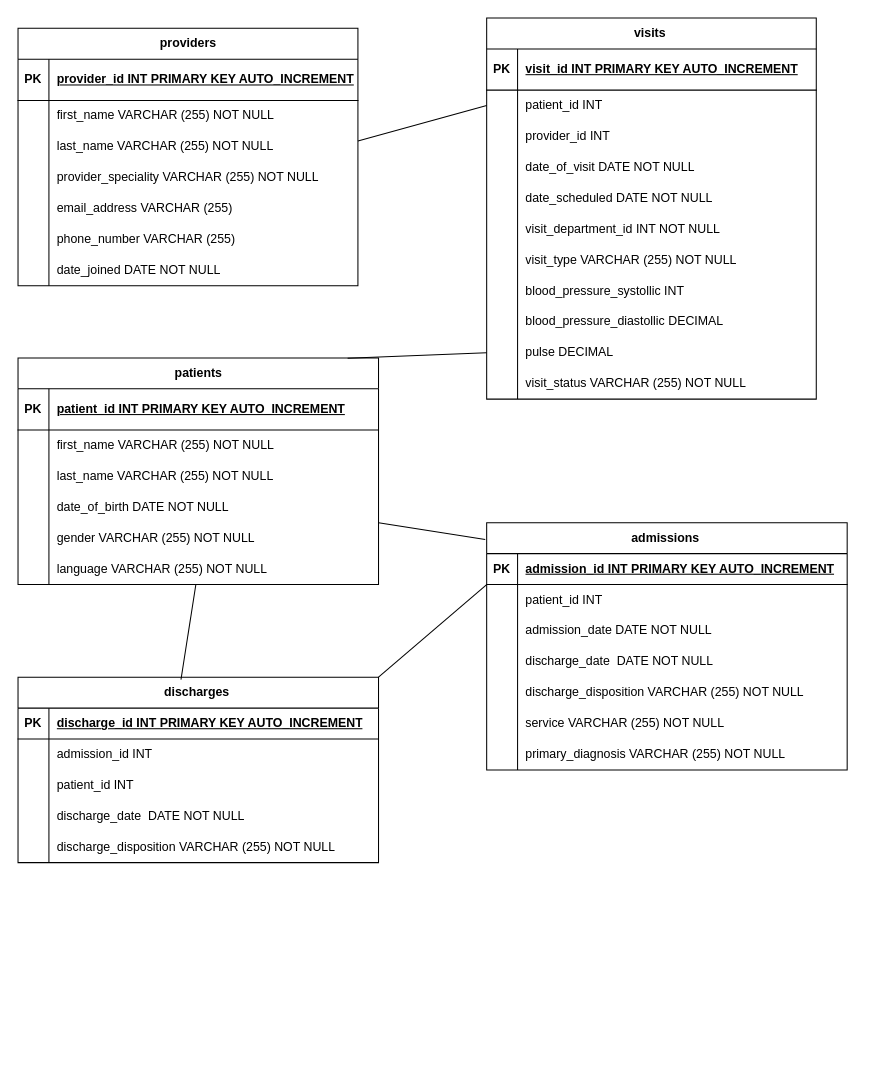
Earlier version of the draw.io diagram Untitled Diagram.drawio (Kasmelopel91/cv). Source tidied: cells renumbered, new cells numbered last; positions are measured from the earlier drawing's top-left corner, leaving out a move shared by most shapes. Both pictures are drawn from the tidied source at 103%, with x=0, y=0 at pixel (18, 18).
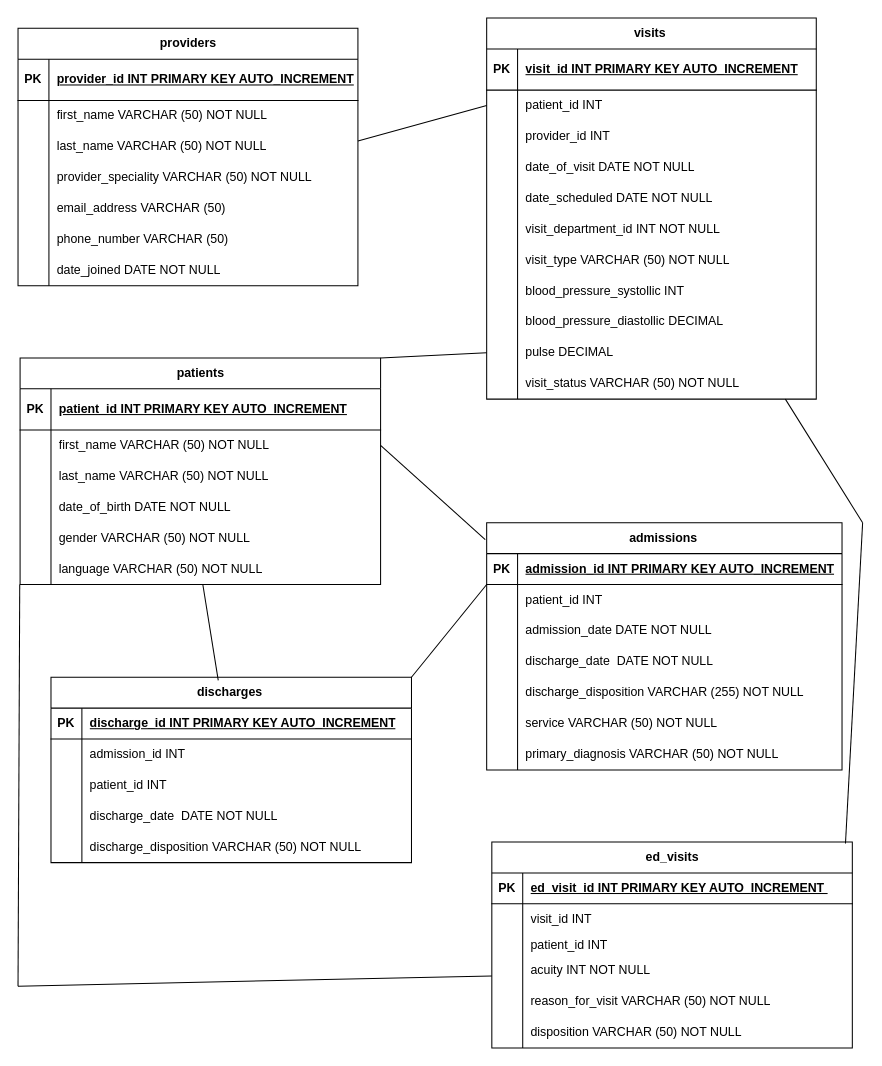
Above is the later version.

Unchanged cells that the change refers to:
```xml
<mxCell id="6" style="shape=tableRow;horizontal=0;startSize=0;swimlaneHead=0;swimlaneBody=0;fillColor=none;points=[[0,0.5],[1,0.5]];portConstraint=eastwest;top=0;left=0;right=0;bottom=0;" parent="2" vertex="1">
  <mxGeometry y="70" width="350" height="30" as="geometry" />
</mxCell>
<mxCell id="9" style="shape=tableRow;horizontal=0;startSize=0;swimlaneHead=0;swimlaneBody=0;fillColor=none;top=0;left=0;right=0;bottom=0;" parent="2" vertex="1">
  <mxGeometry y="100" width="350" height="30" as="geometry" />
</mxCell>
<mxCell id="15" style="shape=tableRow;horizontal=0;startSize=0;swimlaneHead=0;swimlaneBody=0;fillColor=none;top=0;left=0;right=0;bottom=0;" parent="2" vertex="1">
  <mxGeometry y="160" width="350" height="30" as="geometry" />
</mxCell>
<mxCell id="18" style="shape=tableRow;horizontal=0;startSize=0;swimlaneHead=0;swimlaneBody=0;fillColor=none;points=[[0,0.5],[1,0.5]];portConstraint=eastwest;top=0;left=0;right=0;bottom=0;" parent="2" vertex="1">
  <mxGeometry y="190" width="350" height="30" as="geometry" />
</mxCell>
<mxCell id="25" style="shape=tableRow;horizontal=0;startSize=0;swimlaneHead=0;swimlaneBody=0;fillColor=none;top=0;left=0;right=0;bottom=0;" parent="21" vertex="1">
  <mxGeometry y="70" width="330" height="30" as="geometry" />
</mxCell>
<mxCell id="28" style="shape=tableRow;horizontal=0;startSize=0;swimlaneHead=0;swimlaneBody=0;fillColor=none;top=0;left=0;right=0;bottom=0;" parent="21" vertex="1">
  <mxGeometry y="100" width="330" height="30" as="geometry" />
</mxCell>
<mxCell id="31" style="shape=tableRow;horizontal=0;startSize=0;swimlaneHead=0;swimlaneBody=0;fillColor=none;top=0;left=0;right=0;bottom=0;" parent="21" vertex="1">
  <mxGeometry y="130" width="330" height="30" as="geometry" />
</mxCell>
<mxCell id="34" style="shape=tableRow;horizontal=0;startSize=0;swimlaneHead=0;swimlaneBody=0;fillColor=none;top=0;left=0;right=0;bottom=0;" parent="21" vertex="1">
  <mxGeometry y="160" width="330" height="30" as="geometry" />
</mxCell>
<mxCell id="37" style="shape=tableRow;horizontal=0;startSize=0;swimlaneHead=0;swimlaneBody=0;fillColor=none;top=0;left=0;right=0;bottom=0;" parent="21" vertex="1">
  <mxGeometry y="190" width="330" height="30" as="geometry" />
</mxCell>
<mxCell id="62" style="shape=tableRow;horizontal=0;startSize=0;swimlaneHead=0;swimlaneBody=0;fillColor=none;top=0;left=0;right=0;bottom=0;" parent="43" vertex="1">
  <mxGeometry y="220" width="320" height="30" as="geometry" />
</mxCell>
<mxCell id="71" style="shape=tableRow;horizontal=0;startSize=0;swimlaneHead=0;swimlaneBody=0;fillColor=none;points=[[0,0.5],[1,0.5]];portConstraint=eastwest;top=0;left=0;right=0;bottom=0;" parent="43" vertex="1">
  <mxGeometry y="310" width="320" height="30" as="geometry" />
</mxCell>
<mxCell id="74" style="shape=tableRow;horizontal=0;startSize=0;swimlaneHead=0;swimlaneBody=0;fillColor=none;top=0;left=0;right=0;bottom=0;" parent="43" vertex="1">
  <mxGeometry y="340" width="320" height="30" as="geometry" />
</mxCell>
<mxCell id="112" style="shape=tableRow;horizontal=0;startSize=0;swimlaneHead=0;swimlaneBody=0;fillColor=none;top=0;left=0;right=0;bottom=0;" parent="99" vertex="1">
  <mxGeometry y="150" width="350" height="30" as="geometry" />
</mxCell>
```

What changed in the source:
```diff
@@
     <mxCell id="2" value="patients" style="shape=table;startSize=30;childLayout=tableLayout;rowLines=0;fontStyle=1;align=center;html=1;" parent="1" vertex="1">
-      <mxGeometry y="330" width="350" height="220" as="geometry" />
+      <mxGeometry x="2" y="330" width="350" height="220" as="geometry" />
     </mxCell>
@@
-    <mxCell id="8" value="first_name VARCHAR (255) NOT NULL" style="shape=partialRectangle;fillColor=none;top=0;left=0;bottom=0;right=0;align=left;spacingLeft=6;overflow=hidden;whiteSpace=wrap;html=1;" parent="6" vertex="1">
+    <mxCell id="8" value="first_name VARCHAR (50) NOT NULL" style="shape=partialRectangle;fillColor=none;top=0;left=0;bottom=0;right=0;align=left;spacingLeft=6;overflow=hidden;whiteSpace=wrap;html=1;" parent="6" vertex="1">
       <mxGeometry x="30" width="320" height="30" as="geometry" />
     </mxCell>
@@
-    <mxCell id="11" value="last_name VARCHAR (255) NOT NULL" style="shape=partialRectangle;fillColor=none;top=0;left=0;bottom=0;right=0;align=left;spacingLeft=6;overflow=hidden;whiteSpace=wrap;html=1;" parent="9" vertex="1">
+    <mxCell id="11" value="last_name VARCHAR (50) NOT NULL" style="shape=partialRectangle;fillColor=none;top=0;left=0;bottom=0;right=0;align=left;spacingLeft=6;overflow=hidden;whiteSpace=wrap;html=1;" parent="9" vertex="1">
       <mxGeometry x="30" width="320" height="30" as="geometry" />
     </mxCell>
@@
-    <mxCell id="17" value="gender VARCHAR (255) NOT NULL" style="shape=partialRectangle;fillColor=none;top=0;left=0;bottom=0;right=0;align=left;spacingLeft=6;overflow=hidden;whiteSpace=wrap;html=1;" parent="15" vertex="1">
+    <mxCell id="17" value="gender VARCHAR (50) NOT NULL" style="shape=partialRectangle;fillColor=none;top=0;left=0;bottom=0;right=0;align=left;spacingLeft=6;overflow=hidden;whiteSpace=wrap;html=1;" parent="15" vertex="1">
       <mxGeometry x="30" width="320" height="30" as="geometry" />
     </mxCell>
@@
-    <mxCell id="20" value="language VARCHAR (255) NOT NULL" style="shape=partialRectangle;fillColor=none;top=0;left=0;bottom=0;right=0;align=left;spacingLeft=6;overflow=hidden;whiteSpace=wrap;html=1;" parent="18" vertex="1">
+    <mxCell id="20" value="language VARCHAR (50) NOT NULL" style="shape=partialRectangle;fillColor=none;top=0;left=0;bottom=0;right=0;align=left;spacingLeft=6;overflow=hidden;whiteSpace=wrap;html=1;" parent="18" vertex="1">
       <mxGeometry x="30" width="320" height="30" as="geometry" />
     </mxCell>
@@
-    <mxCell id="27" value="first_name VARCHAR (255) NOT NULL" style="shape=partialRectangle;fillColor=none;top=0;left=0;bottom=0;right=0;align=left;spacingLeft=6;overflow=hidden;whiteSpace=wrap;html=1;" parent="25" vertex="1">
+    <mxCell id="27" value="first_name VARCHAR (50) NOT NULL" style="shape=partialRectangle;fillColor=none;top=0;left=0;bottom=0;right=0;align=left;spacingLeft=6;overflow=hidden;whiteSpace=wrap;html=1;" parent="25" vertex="1">
       <mxGeometry x="30" width="300" height="30" as="geometry" />
     </mxCell>
@@
-    <mxCell id="30" value="last_name VARCHAR (255) NOT NULL" style="shape=partialRectangle;fillColor=none;top=0;left=0;bottom=0;right=0;align=left;spacingLeft=6;overflow=hidden;whiteSpace=wrap;html=1;" parent="28" vertex="1">
+    <mxCell id="30" value="last_name VARCHAR (50) NOT NULL" style="shape=partialRectangle;fillColor=none;top=0;left=0;bottom=0;right=0;align=left;spacingLeft=6;overflow=hidden;whiteSpace=wrap;html=1;" parent="28" vertex="1">
       <mxGeometry x="30" width="300" height="30" as="geometry" />
     </mxCell>
@@
-    <mxCell id="33" value="provider_speciality VARCHAR (255) NOT NULL" style="shape=partialRectangle;fillColor=none;top=0;left=0;bottom=0;right=0;align=left;spacingLeft=6;overflow=hidden;whiteSpace=wrap;html=1;" parent="31" vertex="1">
+    <mxCell id="33" value="provider_speciality VARCHAR (50) NOT NULL" style="shape=partialRectangle;fillColor=none;top=0;left=0;bottom=0;right=0;align=left;spacingLeft=6;overflow=hidden;whiteSpace=wrap;html=1;" parent="31" vertex="1">
       <mxGeometry x="30" width="300" height="30" as="geometry" />
     </mxCell>
@@
-    <mxCell id="36" value="email_address VARCHAR (255)" style="shape=partialRectangle;fillColor=none;top=0;left=0;bottom=0;right=0;align=left;spacingLeft=6;overflow=hidden;whiteSpace=wrap;html=1;" parent="34" vertex="1">
+    <mxCell id="36" value="email_address VARCHAR (50)" style="shape=partialRectangle;fillColor=none;top=0;left=0;bottom=0;right=0;align=left;spacingLeft=6;overflow=hidden;whiteSpace=wrap;html=1;" parent="34" vertex="1">
       <mxGeometry x="30" width="300" height="30" as="geometry" />
     </mxCell>
@@
-    <mxCell id="39" value="phone_number VARCHAR (255)&amp;nbsp;" style="shape=partialRectangle;fillColor=none;top=0;left=0;bottom=0;right=0;align=left;spacingLeft=6;overflow=hidden;whiteSpace=wrap;html=1;" parent="37" vertex="1">
+    <mxCell id="39" value="phone_number VARCHAR (50)&amp;nbsp;" style="shape=partialRectangle;fillColor=none;top=0;left=0;bottom=0;right=0;align=left;spacingLeft=6;overflow=hidden;whiteSpace=wrap;html=1;" parent="37" vertex="1">
       <mxGeometry x="30" width="300" height="30" as="geometry" />
     </mxCell>
@@
-    <mxCell id="64" value="visit_type VARCHAR (255) NOT NULL" style="shape=partialRectangle;fillColor=none;top=0;left=0;bottom=0;right=0;align=left;spacingLeft=6;overflow=hidden;whiteSpace=wrap;html=1;" parent="62" vertex="1">
+    <mxCell id="64" value="visit_type VARCHAR (50) NOT NULL" style="shape=partialRectangle;fillColor=none;top=0;left=0;bottom=0;right=0;align=left;spacingLeft=6;overflow=hidden;whiteSpace=wrap;html=1;" parent="62" vertex="1">
       <mxGeometry x="30" width="290" height="30" as="geometry" />
     </mxCell>
@@
-    <mxCell id="76" value="visit_status VARCHAR (255) NOT NULL" style="shape=partialRectangle;fillColor=none;top=0;left=0;bottom=0;right=0;align=left;spacingLeft=6;overflow=hidden;whiteSpace=wrap;html=1;" parent="74" vertex="1">
+    <mxCell id="76" value="visit_status VARCHAR (50) NOT NULL" style="shape=partialRectangle;fillColor=none;top=0;left=0;bottom=0;right=0;align=left;spacingLeft=6;overflow=hidden;whiteSpace=wrap;html=1;" parent="74" vertex="1">
       <mxGeometry x="30" width="290" height="30" as="geometry" />
     </mxCell>
     <mxCell id="77" value="admissions&amp;nbsp;" style="shape=table;startSize=30;childLayout=tableLayout;rowLines=0;fontStyle=1;align=center;html=1;" parent="1" vertex="1">
-      <mxGeometry x="455" y="490" width="350" height="240" as="geometry" />
+      <mxGeometry x="455" y="490" width="345" height="240" as="geometry" />
     </mxCell>
     <mxCell id="78" style="shape=tableRow;horizontal=0;startSize=0;swimlaneHead=0;swimlaneBody=0;fillColor=none;top=0;left=0;right=0;bottom=1;" parent="77" vertex="1">
-      <mxGeometry y="30" width="350" height="30" as="geometry" />
+      <mxGeometry y="30" width="345" height="30" as="geometry" />
     </mxCell>
@@
     <mxCell id="80" value="admission_id INT PRIMARY KEY AUTO_INCREMENT" style="shape=partialRectangle;fillColor=none;top=0;left=0;bottom=0;right=0;align=left;spacingLeft=6;fontStyle=5;overflow=hidden;whiteSpace=wrap;html=1;" parent="78" vertex="1">
-      <mxGeometry x="30" width="320" height="30" as="geometry" />
+      <mxGeometry x="30" width="315" height="30" as="geometry" />
     </mxCell>
     <mxCell id="81" style="shape=tableRow;horizontal=0;startSize=0;swimlaneHead=0;swimlaneBody=0;fillColor=none;top=0;left=0;right=0;bottom=0;" parent="77" vertex="1">
-      <mxGeometry y="60" width="350" height="30" as="geometry" />
+      <mxGeometry y="60" width="345" height="30" as="geometry" />
     </mxCell>
@@
     <mxCell id="83" value="patient_id INT" style="shape=partialRectangle;fillColor=none;top=0;left=0;bottom=0;right=0;align=left;spacingLeft=6;overflow=hidden;whiteSpace=wrap;html=1;" parent="81" vertex="1">
-      <mxGeometry x="30" width="320" height="30" as="geometry" />
+      <mxGeometry x="30" width="315" height="30" as="geometry" />
     </mxCell>
     <mxCell id="84" style="shape=tableRow;horizontal=0;startSize=0;swimlaneHead=0;swimlaneBody=0;fillColor=none;top=0;left=0;right=0;bottom=0;" parent="77" vertex="1">
-      <mxGeometry y="90" width="350" height="30" as="geometry" />
+      <mxGeometry y="90" width="345" height="30" as="geometry" />
     </mxCell>
@@
     <mxCell id="86" value="admission_date DATE NOT NULL&amp;nbsp;" style="shape=partialRectangle;fillColor=none;top=0;left=0;bottom=0;right=0;align=left;spacingLeft=6;overflow=hidden;whiteSpace=wrap;html=1;" parent="84" vertex="1">
-      <mxGeometry x="30" width="320" height="30" as="geometry" />
+      <mxGeometry x="30" width="315" height="30" as="geometry" />
     </mxCell>
     <mxCell id="87" style="shape=tableRow;horizontal=0;startSize=0;swimlaneHead=0;swimlaneBody=0;fillColor=none;top=0;left=0;right=0;bottom=0;" parent="77" vertex="1">
-      <mxGeometry y="120" width="350" height="30" as="geometry" />
+      <mxGeometry y="120" width="345" height="30" as="geometry" />
     </mxCell>
@@
     <mxCell id="89" value="discharge_date&amp;nbsp; DATE NOT NULL" style="shape=partialRectangle;fillColor=none;top=0;left=0;bottom=0;right=0;align=left;spacingLeft=6;overflow=hidden;whiteSpace=wrap;html=1;" parent="87" vertex="1">
-      <mxGeometry x="30" width="320" height="30" as="geometry" />
+      <mxGeometry x="30" width="315" height="30" as="geometry" />
     </mxCell>
     <mxCell id="90" style="shape=tableRow;horizontal=0;startSize=0;swimlaneHead=0;swimlaneBody=0;fillColor=none;top=0;left=0;right=0;bottom=0;" parent="77" vertex="1">
-      <mxGeometry y="150" width="350" height="30" as="geometry" />
+      <mxGeometry y="150" width="345" height="30" as="geometry" />
     </mxCell>
@@
     <mxCell id="92" value="discharge_disposition VARCHAR (255) NOT NULL" style="shape=partialRectangle;fillColor=none;top=0;left=0;bottom=0;right=0;align=left;spacingLeft=6;overflow=hidden;whiteSpace=wrap;html=1;" parent="90" vertex="1">
-      <mxGeometry x="30" width="320" height="30" as="geometry" />
+      <mxGeometry x="30" width="315" height="30" as="geometry" />
     </mxCell>
     <mxCell id="93" style="shape=tableRow;horizontal=0;startSize=0;swimlaneHead=0;swimlaneBody=0;fillColor=none;top=0;left=0;right=0;bottom=0;" parent="77" vertex="1">
-      <mxGeometry y="180" width="350" height="30" as="geometry" />
+      <mxGeometry y="180" width="345" height="30" as="geometry" />
     </mxCell>
@@
-    <mxCell id="95" value="service VARCHAR (255) NOT NULL" style="shape=partialRectangle;fillColor=none;top=0;left=0;bottom=0;right=0;align=left;spacingLeft=6;overflow=hidden;whiteSpace=wrap;html=1;" parent="93" vertex="1">
-      <mxGeometry x="30" width="320" height="30" as="geometry" />
+    <mxCell id="95" value="service VARCHAR (50) NOT NULL" style="shape=partialRectangle;fillColor=none;top=0;left=0;bottom=0;right=0;align=left;spacingLeft=6;overflow=hidden;whiteSpace=wrap;html=1;" parent="93" vertex="1">
+      <mxGeometry x="30" width="315" height="30" as="geometry" />
     </mxCell>
     <mxCell id="96" style="shape=tableRow;horizontal=0;startSize=0;swimlaneHead=0;swimlaneBody=0;fillColor=none;top=0;left=0;right=0;bottom=0;" parent="77" vertex="1">
-      <mxGeometry y="210" width="350" height="30" as="geometry" />
+      <mxGeometry y="210" width="345" height="30" as="geometry" />
     </mxCell>
@@
-    <mxCell id="98" value="primary_diagnosis VARCHAR (255) NOT NULL" style="shape=partialRectangle;fillColor=none;top=0;left=0;bottom=0;right=0;align=left;spacingLeft=6;overflow=hidden;whiteSpace=wrap;html=1;" parent="96" vertex="1">
-      <mxGeometry x="30" width="320" height="30" as="geometry" />
+    <mxCell id="98" value="primary_diagnosis VARCHAR (50) NOT NULL" style="shape=partialRectangle;fillColor=none;top=0;left=0;bottom=0;right=0;align=left;spacingLeft=6;overflow=hidden;whiteSpace=wrap;html=1;" parent="96" vertex="1">
+      <mxGeometry x="30" width="315" height="30" as="geometry" />
     </mxCell>
     <mxCell id="99" value="discharges&amp;nbsp;" style="shape=table;startSize=30;childLayout=tableLayout;rowLines=0;fontStyle=1;align=center;html=1;" parent="1" vertex="1">
-      <mxGeometry y="640" width="350" height="180" as="geometry" />
+      <mxGeometry x="32" y="640" width="350" height="180" as="geometry" />
     </mxCell>
@@
-    <mxCell id="114" value="discharge_disposition VARCHAR (255) NOT NULL" style="shape=partialRectangle;fillColor=none;top=0;left=0;bottom=0;right=0;align=left;spacingLeft=6;overflow=hidden;whiteSpace=wrap;html=1;" parent="112" vertex="1">
+    <mxCell id="114" value="discharge_disposition VARCHAR (50) NOT NULL" style="shape=partialRectangle;fillColor=none;top=0;left=0;bottom=0;right=0;align=left;spacingLeft=6;overflow=hidden;whiteSpace=wrap;html=1;" parent="112" vertex="1">
       <mxGeometry x="30" width="320" height="30" as="geometry" />
     </mxCell>
@@
-    <mxCell id="116" style="endArrow=none;html=1;rounded=0;entryX=0;entryY=0.5;entryDx=0;entryDy=0;" parent="1" edge="1" target="71">
-      <mxGeometry relative="1" as="geometry">
-        <mxPoint x="320" y="330.3" as="sourcePoint" />
-      </mxGeometry>
+    <mxCell id="116" style="endArrow=none;html=1;rounded=0;entryX=0;entryY=0.5;entryDx=0;entryDy=0;exitX=1;exitY=0;exitDx=0;exitDy=0;" parent="1" edge="1" source="2" target="71">
+      <mxGeometry relative="1" as="geometry" />
     </mxCell>
@@
-    <mxCell id="118" style="endArrow=none;html=1;rounded=0;exitX=0.452;exitY=0.013;exitDx=0;exitDy=0;exitPerimeter=0;" parent="1" edge="1" source="99" target="18">
+    <mxCell id="118" style="endArrow=none;html=1;rounded=0;exitX=0.464;exitY=0.017;exitDx=0;exitDy=0;exitPerimeter=0;" parent="1" edge="1" source="99" target="18">
       <mxGeometry relative="1" as="geometry" />
     </mxCell>
-    <mxCell id="119" style="endArrow=none;html=1;rounded=0;entryX=-0.004;entryY=0.068;entryDx=0;entryDy=0;entryPerimeter=0;" parent="1" edge="1" target="77">
-      <mxGeometry relative="1" as="geometry">
-        <mxPoint x="350" y="490" as="sourcePoint" />
-      </mxGeometry>
+    <mxCell id="119" style="endArrow=none;html=1;rounded=0;entryX=-0.004;entryY=0.068;entryDx=0;entryDy=0;entryPerimeter=0;exitX=1;exitY=0.5;exitDx=0;exitDy=0;" parent="1" edge="1" source="6" target="77">
+      <mxGeometry relative="1" as="geometry" />
     </mxCell>
+    <mxCell id="120" value="ed_visits" style="shape=table;startSize=30;childLayout=tableLayout;rowLines=0;fontStyle=1;align=center;html=1;" parent="1" vertex="1">
+      <mxGeometry x="460" y="800" width="350" height="200" as="geometry" />
+    </mxCell>
+    <mxCell id="121" style="shape=tableRow;horizontal=0;startSize=0;swimlaneHead=0;swimlaneBody=0;fillColor=none;top=0;left=0;right=0;bottom=1;" parent="120" vertex="1">
+      <mxGeometry y="30" width="350" height="30" as="geometry" />
+    </mxCell>
+    <mxCell id="122" value="PK" style="shape=partialRectangle;fillColor=none;top=0;left=0;bottom=0;right=0;fontStyle=1;overflow=hidden;whiteSpace=wrap;html=1;" parent="121" vertex="1">
+      <mxGeometry width="30" height="30" as="geometry" />
+    </mxCell>
+    <mxCell id="123" value="ed_visit_id INT PRIMARY KEY AUTO_INCREMENT&amp;nbsp;" style="shape=partialRectangle;fillColor=none;top=0;left=0;bottom=0;right=0;align=left;spacingLeft=6;fontStyle=5;overflow=hidden;whiteSpace=wrap;html=1;" parent="121" vertex="1">
+      <mxGeometry x="30" width="320" height="30" as="geometry" />
+    </mxCell>
+    <mxCell id="124" style="shape=tableRow;horizontal=0;startSize=0;swimlaneHead=0;swimlaneBody=0;fillColor=none;top=0;left=0;right=0;bottom=0;" parent="120" vertex="1">
+      <mxGeometry y="60" width="350" height="30" as="geometry" />
+    </mxCell>
+    <mxCell id="125" style="shape=partialRectangle;fillColor=none;top=0;left=0;bottom=0;right=0;overflow=hidden;whiteSpace=wrap;html=1;" parent="124" vertex="1">
+      <mxGeometry width="30" height="30" as="geometry" />
+    </mxCell>
+    <mxCell id="126" value="visit_id INT&amp;nbsp;" style="shape=partialRectangle;fillColor=none;top=0;left=0;bottom=0;right=0;align=left;spacingLeft=6;overflow=hidden;whiteSpace=wrap;html=1;" parent="124" vertex="1">
+      <mxGeometry x="30" width="320" height="30" as="geometry" />
+    </mxCell>
+    <mxCell id="127" style="shape=tableRow;horizontal=0;startSize=0;swimlaneHead=0;swimlaneBody=0;fillColor=none;top=0;left=0;right=0;bottom=0;" parent="120" vertex="1">
+      <mxGeometry y="90" width="350" height="20" as="geometry" />
+    </mxCell>
+    <mxCell id="128" style="shape=partialRectangle;fillColor=none;top=0;left=0;bottom=0;right=0;overflow=hidden;whiteSpace=wrap;html=1;" parent="127" vertex="1">
+      <mxGeometry width="30" height="20" as="geometry" />
+    </mxCell>
+    <mxCell id="129" value="patient_id INT" style="shape=partialRectangle;fillColor=none;top=0;left=0;bottom=0;right=0;align=left;spacingLeft=6;overflow=hidden;whiteSpace=wrap;html=1;" parent="127" vertex="1">
+      <mxGeometry x="30" width="320" height="20" as="geometry" />
+    </mxCell>
+    <mxCell id="130" style="shape=tableRow;horizontal=0;startSize=0;swimlaneHead=0;swimlaneBody=0;fillColor=none;top=0;left=0;right=0;bottom=0;" parent="120" vertex="1">
+      <mxGeometry y="110" width="350" height="30" as="geometry" />
+    </mxCell>
+    <mxCell id="131" style="shape=partialRectangle;fillColor=none;top=0;left=0;bottom=0;right=0;overflow=hidden;whiteSpace=wrap;html=1;" parent="130" vertex="1">
+      <mxGeometry width="30" height="30" as="geometry" />
+    </mxCell>
+    <mxCell id="132" value="acuity INT NOT NULL" style="shape=partialRectangle;fillColor=none;top=0;left=0;bottom=0;right=0;align=left;spacingLeft=6;overflow=hidden;whiteSpace=wrap;html=1;" parent="130" vertex="1">
+      <mxGeometry x="30" width="320" height="30" as="geometry" />
+    </mxCell>
+    <mxCell id="133" style="shape=tableRow;horizontal=0;startSize=0;swimlaneHead=0;swimlaneBody=0;fillColor=none;top=0;left=0;right=0;bottom=0;" parent="120" vertex="1">
+      <mxGeometry y="140" width="350" height="30" as="geometry" />
+    </mxCell>
+    <mxCell id="134" style="shape=partialRectangle;fillColor=none;top=0;left=0;bottom=0;right=0;overflow=hidden;whiteSpace=wrap;html=1;" parent="133" vertex="1">
+      <mxGeometry width="30" height="30" as="geometry" />
+    </mxCell>
+    <mxCell id="135" value="reason_for_visit VARCHAR (50) NOT NULL" style="shape=partialRectangle;fillColor=none;top=0;left=0;bottom=0;right=0;align=left;spacingLeft=6;overflow=hidden;whiteSpace=wrap;html=1;" parent="133" vertex="1">
+      <mxGeometry x="30" width="320" height="30" as="geometry" />
+    </mxCell>
+    <mxCell id="136" style="shape=tableRow;horizontal=0;startSize=0;swimlaneHead=0;swimlaneBody=0;fillColor=none;top=0;left=0;right=0;bottom=0;" parent="120" vertex="1">
+      <mxGeometry y="170" width="350" height="30" as="geometry" />
+    </mxCell>
+    <mxCell id="137" style="shape=partialRectangle;fillColor=none;top=0;left=0;bottom=0;right=0;overflow=hidden;whiteSpace=wrap;html=1;" parent="136" vertex="1">
+      <mxGeometry width="30" height="30" as="geometry" />
+    </mxCell>
+    <mxCell id="138" value="disposition VARCHAR (50) NOT NULL" style="shape=partialRectangle;fillColor=none;top=0;left=0;bottom=0;right=0;align=left;spacingLeft=6;overflow=hidden;whiteSpace=wrap;html=1;" parent="136" vertex="1">
+      <mxGeometry x="30" width="320" height="30" as="geometry" />
+    </mxCell>
+    <mxCell id="139" style="endArrow=none;html=1;rounded=0;entryX=0;entryY=0.5;entryDx=0;entryDy=0;" parent="1" edge="1">
+      <mxGeometry relative="1" as="geometry">
+        <mxPoint x="820" y="490" as="sourcePoint" />
+        <mxPoint x="745" y="370" as="targetPoint" />
+      </mxGeometry>
+    </mxCell>
+    <mxCell id="140" style="endArrow=none;html=1;rounded=0;exitX=0.981;exitY=0.007;exitDx=0;exitDy=0;exitPerimeter=0;" parent="1" edge="1" source="120">
+      <mxGeometry relative="1" as="geometry">
+        <mxPoint x="820" y="490" as="targetPoint" />
+      </mxGeometry>
+    </mxCell>
+    <mxCell id="141" style="endArrow=none;html=1;rounded=0;entryX=-0.001;entryY=1.001;entryDx=0;entryDy=0;entryPerimeter=0;" parent="1" edge="1" target="18">
+      <mxGeometry relative="1" as="geometry">
+        <mxPoint y="940" as="sourcePoint" />
+      </mxGeometry>
+    </mxCell>
+    <mxCell id="142" style="endArrow=none;html=1;rounded=0;entryX=0;entryY=0.5;entryDx=0;entryDy=0;" parent="1" edge="1">
+      <mxGeometry relative="1" as="geometry">
+        <mxPoint y="940" as="sourcePoint" />
+        <mxPoint x="460" y="930" as="targetPoint" />
+      </mxGeometry>
+    </mxCell>
```
